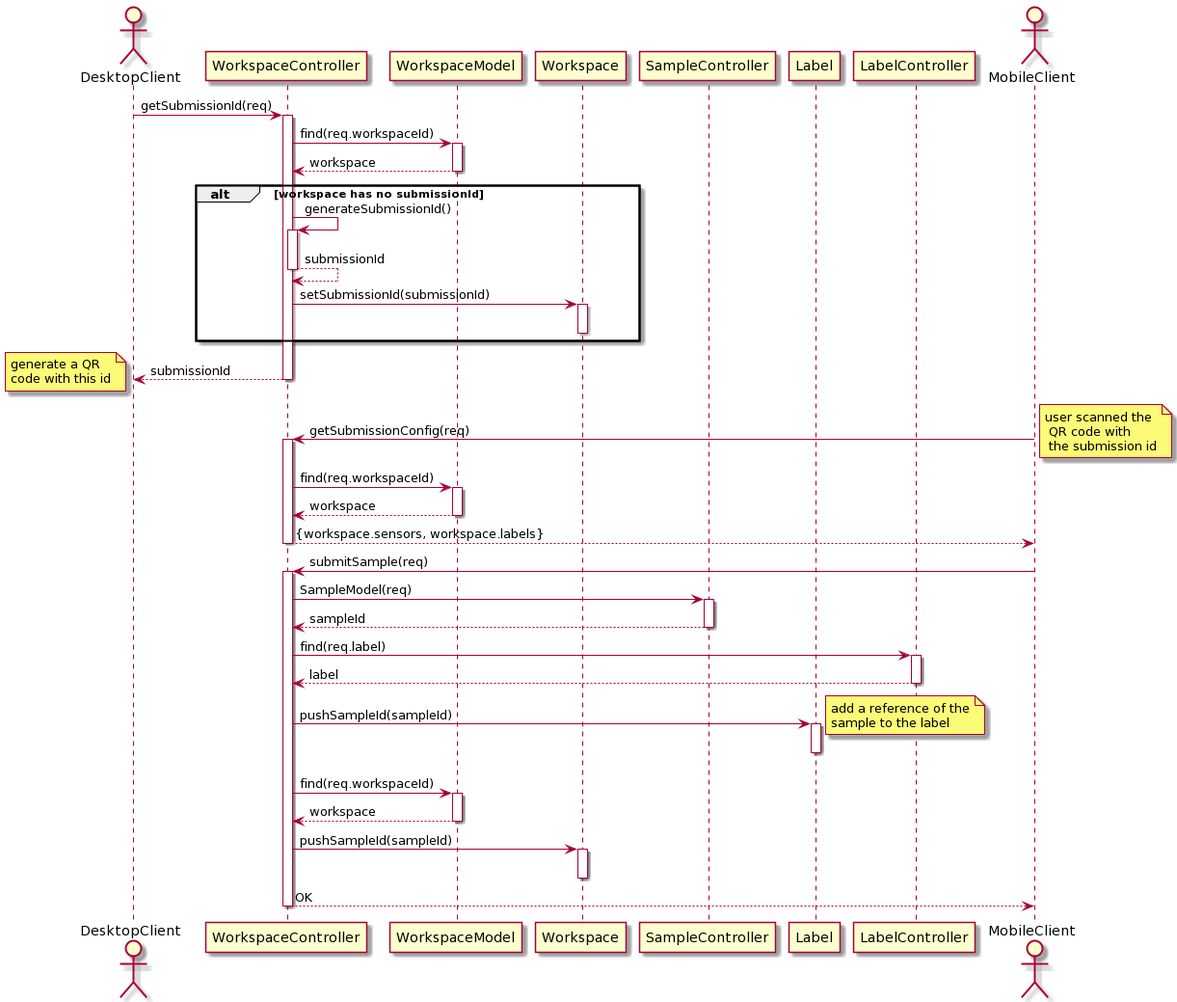
Earlier version of the PlantUML export Design/Documentation/figures/seq-workspace-submit-data.png (PSE-TECO-2020-TEAM1/e2e-ml_docs). The source it was exported from:
```plantuml
@startuml
autoactivate on

actor DesktopClient as desktop

participant WorkspaceController as wc
participant WorkspaceModel as wm
participant Workspace
participant SampleController as sc
participant Label
participant LabelController as lc

actor MobileClient as mobile

desktop -> wc: getSubmissionId(req)
wc -> wm: find(req.workspaceId)
return workspace
alt workspace has no submissionId
    wc -> wc: generateSubmissionId()
    return submissionId
    wc -> Workspace: setSubmissionId(submissionId)
    deactivate
end
return submissionId
note left: generate a QR\ncode with this id

mobile -> wc: getSubmissionConfig(req)
note right: user scanned the\n QR code with\n the submission id

wc -> wm: find(req.workspaceId)
return workspace
return {workspace.sensors, workspace.labels}

mobile -> wc: submitSample(req)
wc -> sc: SampleModel(req)
return sampleId
wc -> lc: find(req.label)
return label
wc -> Label: pushSampleId(sampleId)
note right: add a reference of the\nsample to the label
deactivate
wc -> wm: find(req.workspaceId)
return workspace
wc -> Workspace: pushSampleId(sampleId)
deactivate
return OK
@enduml
```
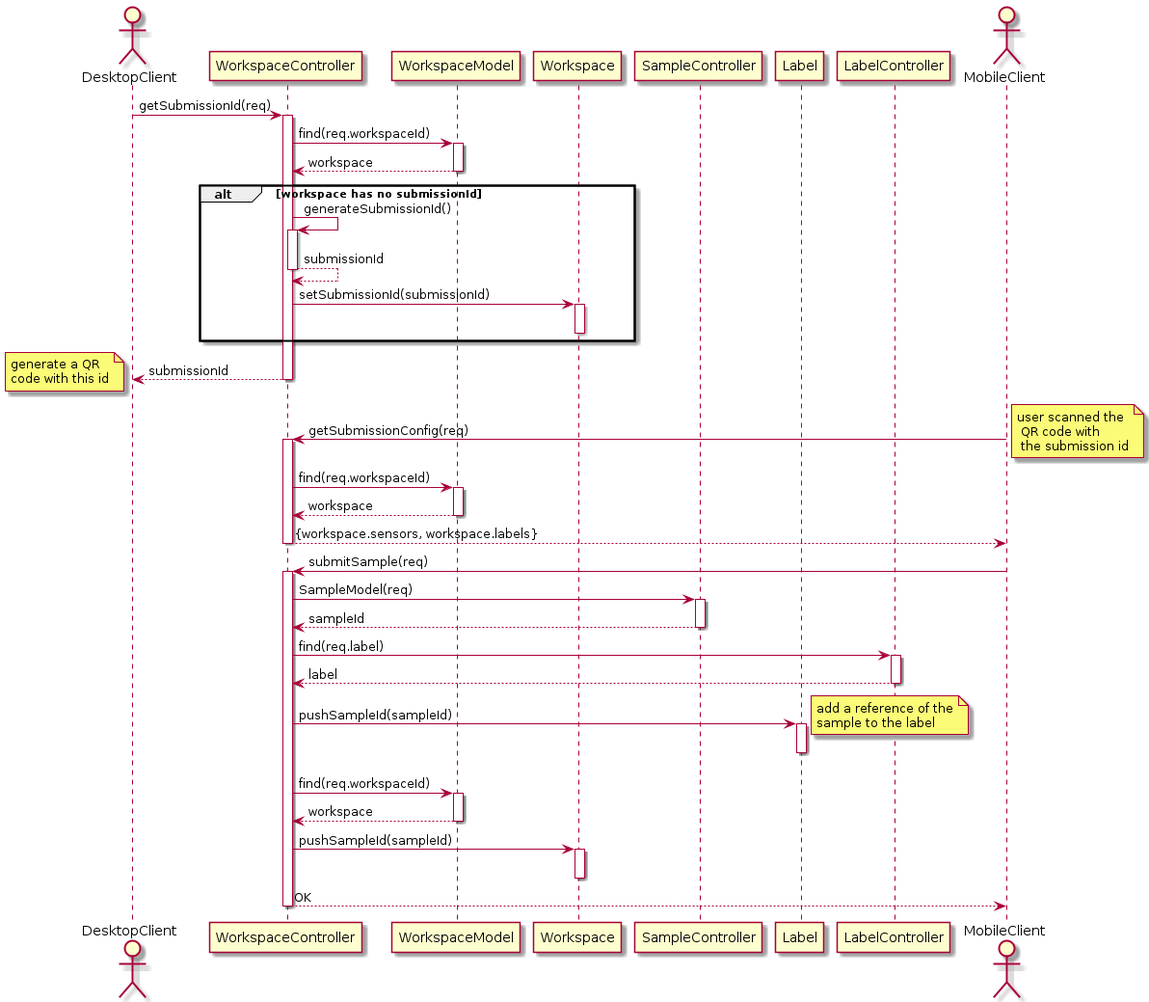
After the change.

Change to the diagram source:
```diff
@@ -1,4 +1,4 @@
-@startuml
+@startuml Workspace Management Submit Data
 autoactivate on
 
 actor DesktopClient as desktop
@@ -44,4 +44,6 @@
 wc -> Workspace: pushSampleId(sampleId)
 deactivate
 return OK
+
+
 @enduml
```
